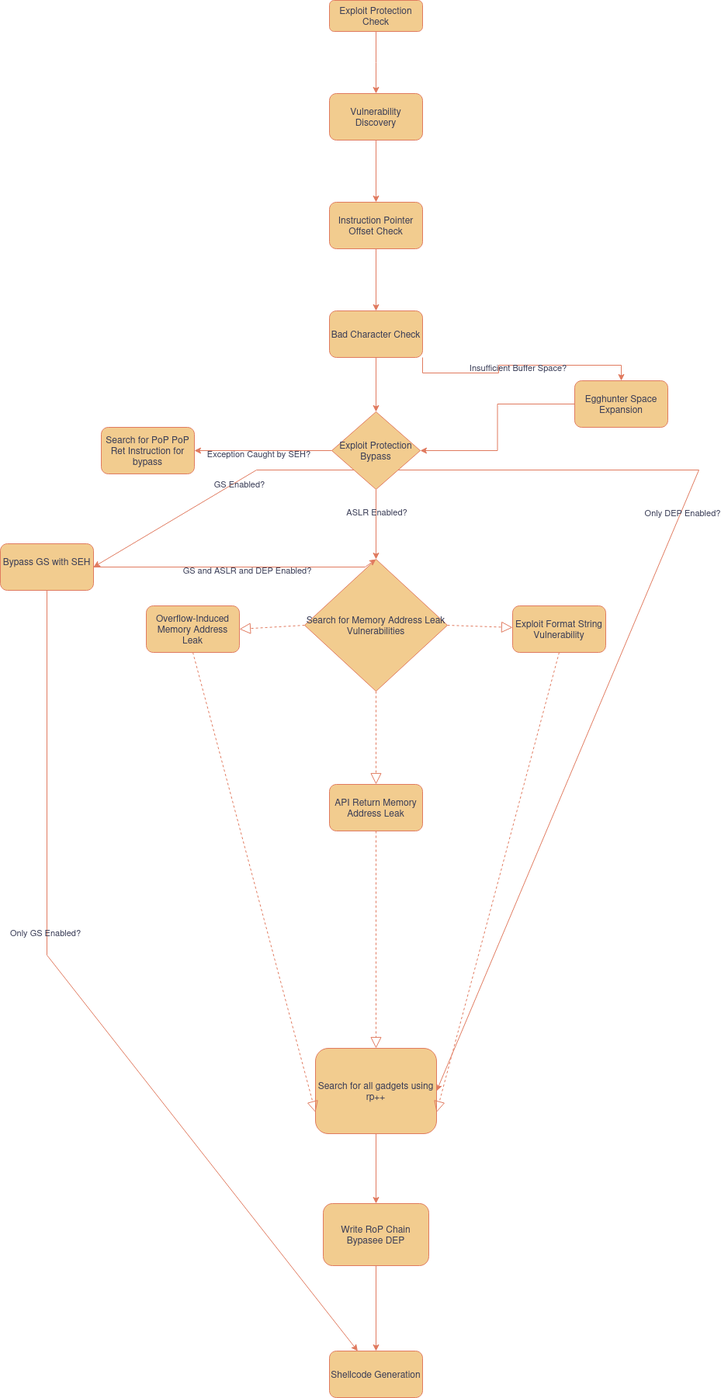
The draw.io diagram Untitled Diagram.drawio.png in tuxsec/Code, before a commit. Source tidied: cells renumbered, new cells last; positions are measured from the earlier drawing's top-left corner, leaving out a move shared by most shapes. Source of this version:
```xml
<mxGraphModel>
  <root>
    <mxCell id="0" />
    <mxCell id="1" parent="0" />
    <mxCell id="2" style="edgeStyle=orthogonalEdgeStyle;rounded=0;jettySize=auto;html=1;fontColor=default;labelBackgroundColor=none;strokeColor=#E07A5F;" parent="1" edge="1" source="3">
      <mxGeometry relative="1" as="geometry">
        <mxPoint x="484" y="120" as="targetPoint" />
      </mxGeometry>
    </mxCell>
    <mxCell id="3" value="Exploit Protection Check" style="rounded=1;whiteSpace=wrap;html=1;fontSize=12;glass=0;strokeWidth=1;shadow=0;fontColor=#393C56;labelBackgroundColor=none;fillColor=#F2CC8F;strokeColor=#E07A5F;" parent="1" vertex="1">
      <mxGeometry x="424" width="120" height="40" as="geometry" />
    </mxCell>
    <mxCell id="4" style="edgeStyle=orthogonalEdgeStyle;rounded=0;jettySize=auto;html=1;fontColor=default;labelBackgroundColor=none;strokeColor=#E07A5F;" parent="1" edge="1" source="5" target="7">
      <mxGeometry relative="1" as="geometry" />
    </mxCell>
    <mxCell id="5" value="Vulnerability Discovery" style="rounded=1;whiteSpace=wrap;html=1;fontColor=#393C56;labelBackgroundColor=none;fillColor=#F2CC8F;strokeColor=#E07A5F;" parent="1" vertex="1">
      <mxGeometry x="424" y="120" width="120" height="60" as="geometry" />
    </mxCell>
    <mxCell id="6" style="edgeStyle=orthogonalEdgeStyle;rounded=0;jettySize=auto;html=1;fontColor=default;labelBackgroundColor=none;strokeColor=#E07A5F;" parent="1" edge="1" source="7" target="9">
      <mxGeometry relative="1" as="geometry" />
    </mxCell>
    <mxCell id="7" value="Instruction Pointer Offset Check" style="rounded=1;whiteSpace=wrap;html=1;fontColor=#393C56;labelBackgroundColor=none;fillColor=#F2CC8F;strokeColor=#E07A5F;" parent="1" vertex="1">
      <mxGeometry x="424" y="260" width="120" height="60" as="geometry" />
    </mxCell>
    <mxCell id="8" style="edgeStyle=orthogonalEdgeStyle;rounded=0;jettySize=auto;html=1;entryX=0.5;entryY=0;entryDx=0;entryDy=0;fontColor=default;labelBackgroundColor=none;strokeColor=#E07A5F;" parent="1" edge="1" source="9" target="16">
      <mxGeometry relative="1" as="geometry" />
    </mxCell>
    <mxCell id="9" value="Bad Character Check" style="whiteSpace=wrap;html=1;rounded=1;fontColor=#393C56;labelBackgroundColor=none;fillColor=#F2CC8F;strokeColor=#E07A5F;" parent="1" vertex="1">
      <mxGeometry x="424" y="400" width="120" height="60" as="geometry" />
    </mxCell>
    <mxCell id="10" style="edgeStyle=orthogonalEdgeStyle;rounded=0;jettySize=auto;html=1;fontColor=default;labelBackgroundColor=none;strokeColor=#E07A5F;" parent="1" edge="1" source="16" target="17">
      <mxGeometry relative="1" as="geometry" />
    </mxCell>
    <mxCell id="11" value="Exception Caught by SEH?" style="edgeLabel;html=1;align=center;verticalAlign=middle;fontColor=#393C56;labelBackgroundColor=none;" parent="10" vertex="1">
      <mxGeometry x="0.07" y="3" relative="1" as="geometry" />
    </mxCell>
    <mxCell id="12" style="edgeStyle=orthogonalEdgeStyle;rounded=0;jettySize=auto;html=1;exitX=1;exitY=1;exitDx=0;exitDy=0;fontColor=default;labelBackgroundColor=none;strokeColor=#E07A5F;" parent="1" edge="1" source="9" target="19">
      <mxGeometry relative="1" as="geometry" />
    </mxCell>
    <mxCell id="13" value="Insufficient Buffer Space?" style="edgeLabel;html=1;align=center;verticalAlign=middle;fontColor=#393C56;labelBackgroundColor=none;" parent="12" vertex="1">
      <mxGeometry x="-0.01" y="-2" relative="1" as="geometry" />
    </mxCell>
    <mxCell id="14" style="edgeStyle=orthogonalEdgeStyle;rounded=0;jettySize=auto;html=1;fontColor=default;labelBackgroundColor=none;strokeColor=#E07A5F;" parent="1" edge="1" source="16" target="20">
      <mxGeometry relative="1" as="geometry" />
    </mxCell>
    <mxCell id="15" value="ASLR Enabled?" style="edgeLabel;html=1;align=center;verticalAlign=middle;fontColor=#393C56;labelBackgroundColor=none;" parent="14" vertex="1">
      <mxGeometry x="-0.38" relative="1" as="geometry" />
    </mxCell>
    <mxCell id="16" value="Exploit Protection Bypass" style="rhombus;whiteSpace=wrap;html=1;fontColor=#393C56;labelBackgroundColor=none;fillColor=#F2CC8F;strokeColor=#E07A5F;" parent="1" vertex="1">
      <mxGeometry x="427" y="530" width="114" height="100" as="geometry" />
    </mxCell>
    <mxCell id="17" value="Search for PoP PoP Ret Instruction for bypass" style="rounded=1;whiteSpace=wrap;html=1;fontColor=#393C56;labelBackgroundColor=none;fillColor=#F2CC8F;strokeColor=#E07A5F;" parent="1" vertex="1">
      <mxGeometry x="130" y="550" width="120" height="60" as="geometry" />
    </mxCell>
    <mxCell id="18" style="edgeStyle=orthogonalEdgeStyle;rounded=0;jettySize=auto;html=1;fontColor=default;labelBackgroundColor=none;strokeColor=#E07A5F;" parent="1" edge="1" source="19" target="16">
      <mxGeometry relative="1" as="geometry" />
    </mxCell>
    <mxCell id="19" value="Egghunter Space Expansion" style="rounded=1;whiteSpace=wrap;html=1;fontColor=#393C56;labelBackgroundColor=none;fillColor=#F2CC8F;strokeColor=#E07A5F;" parent="1" vertex="1">
      <mxGeometry x="740" y="490" width="120" height="60" as="geometry" />
    </mxCell>
    <mxCell id="20" value="Search for Memory Address Leak Vulnerabilities" style="rhombus;whiteSpace=wrap;html=1;fontColor=#393C56;labelBackgroundColor=none;fillColor=#F2CC8F;strokeColor=#E07A5F;" parent="1" vertex="1">
      <mxGeometry x="392" y="720" width="184" height="170" as="geometry" />
    </mxCell>
    <mxCell id="21" value="Exploit Format String Vulnerability" style="rounded=1;whiteSpace=wrap;html=1;fontColor=#393C56;labelBackgroundColor=none;fillColor=#F2CC8F;strokeColor=#E07A5F;" parent="1" vertex="1">
      <mxGeometry x="660" y="780" width="120" height="60" as="geometry" />
    </mxCell>
    <mxCell id="22" style="edgeStyle=orthogonalEdgeStyle;rounded=0;jettySize=auto;html=1;fontColor=default;labelBackgroundColor=none;strokeColor=#E07A5F;" parent="1" edge="1" source="23" target="35">
      <mxGeometry relative="1" as="geometry" />
    </mxCell>
    <mxCell id="23" value="Search for all gadgets using rp++" style="rounded=1;whiteSpace=wrap;html=1;fontColor=#393C56;labelBackgroundColor=none;fillColor=#F2CC8F;strokeColor=#E07A5F;" parent="1" vertex="1">
      <mxGeometry x="406" y="1350" width="156" height="110" as="geometry" />
    </mxCell>
    <mxCell id="24" style="endArrow=block;dashed=1;endFill=0;endSize=12;html=1;rounded=0;exitX=0.5;exitY=1;exitDx=0;exitDy=0;entryX=1;entryY=0.75;entryDx=0;entryDy=0;fontColor=default;labelBackgroundColor=none;strokeColor=#E07A5F;" parent="1" edge="1" source="21" target="23">
      <mxGeometry relative="1" as="geometry" />
    </mxCell>
    <mxCell id="25" value="API Return Memory Address Leak" style="rounded=1;whiteSpace=wrap;html=1;fontColor=#393C56;labelBackgroundColor=none;fillColor=#F2CC8F;strokeColor=#E07A5F;" parent="1" vertex="1">
      <mxGeometry x="424" y="1010" width="120" height="60" as="geometry" />
    </mxCell>
    <mxCell id="26" style="endArrow=block;dashed=1;endFill=0;endSize=12;html=1;rounded=0;exitX=0.5;exitY=1;exitDx=0;exitDy=0;fontColor=default;labelBackgroundColor=none;strokeColor=#E07A5F;" parent="1" edge="1" source="25" target="23">
      <mxGeometry relative="1" as="geometry" />
    </mxCell>
    <mxCell id="27" value="Overflow-Induced Memory Address Leak" style="rounded=1;whiteSpace=wrap;html=1;fontColor=#393C56;labelBackgroundColor=none;fillColor=#F2CC8F;strokeColor=#E07A5F;" parent="1" vertex="1">
      <mxGeometry x="188" y="780" width="120" height="60" as="geometry" />
    </mxCell>
    <mxCell id="28" style="endArrow=block;dashed=1;endFill=0;endSize=12;html=1;rounded=0;exitX=0.5;exitY=1;exitDx=0;exitDy=0;entryX=0;entryY=0.75;entryDx=0;entryDy=0;fontColor=default;labelBackgroundColor=none;strokeColor=#E07A5F;" parent="1" edge="1" source="27" target="23">
      <mxGeometry relative="1" as="geometry" />
    </mxCell>
    <mxCell id="29" style="endArrow=block;dashed=1;endFill=0;endSize=12;html=1;rounded=0;exitX=0.5;exitY=1;exitDx=0;exitDy=0;entryX=0.5;entryY=0;entryDx=0;entryDy=0;fontColor=default;labelBackgroundColor=none;strokeColor=#E07A5F;" parent="1" edge="1" source="20" target="25">
      <mxGeometry relative="1" as="geometry" />
    </mxCell>
    <mxCell id="30" style="endArrow=block;dashed=1;endFill=0;endSize=12;html=1;rounded=0;exitX=0;exitY=0.5;exitDx=0;exitDy=0;entryX=1;entryY=0.5;entryDx=0;entryDy=0;fontColor=default;labelBackgroundColor=none;strokeColor=#E07A5F;" parent="1" edge="1" source="20" target="27">
      <mxGeometry relative="1" as="geometry" />
    </mxCell>
    <mxCell id="31" style="endArrow=block;dashed=1;endFill=0;endSize=12;html=1;rounded=0;exitX=1;exitY=0.5;exitDx=0;exitDy=0;fontColor=default;labelBackgroundColor=none;strokeColor=#E07A5F;" parent="1" edge="1" source="20" target="21">
      <mxGeometry relative="1" as="geometry" />
    </mxCell>
    <mxCell id="32" style="endArrow=classic;html=1;rounded=0;exitX=1;exitY=1;exitDx=0;exitDy=0;entryX=1;entryY=0.5;entryDx=0;entryDy=0;fontColor=default;labelBackgroundColor=none;strokeColor=#E07A5F;" parent="1" edge="1" source="16" target="23">
      <mxGeometry relative="1" as="geometry">
        <Array as="points">
          <mxPoint x="900" y="605" />
        </Array>
      </mxGeometry>
    </mxCell>
    <mxCell id="33" value="Only DEP Enabled?" style="edgeLabel;html=1;align=center;verticalAlign=middle;fontColor=#393C56;labelBackgroundColor=none;" parent="32" vertex="1">
      <mxGeometry x="-0.29" y="2" relative="1" as="geometry">
        <mxPoint x="-1" as="offset" />
      </mxGeometry>
    </mxCell>
    <mxCell id="34" style="edgeStyle=orthogonalEdgeStyle;rounded=0;jettySize=auto;html=1;exitX=0.5;exitY=1;exitDx=0;exitDy=0;fontColor=default;labelBackgroundColor=none;strokeColor=#E07A5F;" parent="1" edge="1" source="35" target="36">
      <mxGeometry relative="1" as="geometry" />
    </mxCell>
    <mxCell id="35" value="Write RoP Chain Bypasee DEP" style="rounded=1;whiteSpace=wrap;html=1;fontColor=#393C56;labelBackgroundColor=none;fillColor=#F2CC8F;strokeColor=#E07A5F;" parent="1" vertex="1">
      <mxGeometry x="416" y="1550" width="136" height="80" as="geometry" />
    </mxCell>
    <mxCell id="36" value="Shellcode Generation" style="rounded=1;whiteSpace=wrap;html=1;fontColor=#393C56;labelBackgroundColor=none;fillColor=#F2CC8F;strokeColor=#E07A5F;" parent="1" vertex="1">
      <mxGeometry x="424" y="1740" width="120" height="60" as="geometry" />
    </mxCell>
    <mxCell id="37" style="endArrow=classic;html=1;rounded=0;exitX=0;exitY=1;exitDx=0;exitDy=0;entryX=1;entryY=0.5;entryDx=0;entryDy=0;fontColor=default;labelBackgroundColor=none;strokeColor=#E07A5F;" parent="1" edge="1" source="16" target="39">
      <mxGeometry relative="1" as="geometry">
        <Array as="points">
          <mxPoint x="330" y="605" />
        </Array>
      </mxGeometry>
    </mxCell>
    <mxCell id="38" value="GS Enabled?" style="edgeLabel;html=1;align=center;verticalAlign=middle;fontColor=#393C56;labelBackgroundColor=none;" parent="37" vertex="1">
      <mxGeometry x="-0.17" y="3" relative="1" as="geometry" />
    </mxCell>
    <mxCell id="39" value="&lt;div class=&quot;flex flex-grow flex-col max-w-full&quot;&gt;&lt;div class=&quot;min-h-[20px] text-message flex flex-col items-start whitespace-pre-wrap break-words [.text-message+&amp;amp;]:mt-5 juice:w-full juice:items-end overflow-x-auto gap-2&quot; dir=&quot;auto&quot;&gt;&lt;div class=&quot;flex w-full flex-col gap-1 juice:empty:hidden juice:first:pt-[3px]&quot;&gt;&lt;div class=&quot;markdown prose w-full break-words dark:prose-invert dark&quot;&gt;&lt;p&gt;Bypass GS with SEH&lt;/p&gt;&lt;/div&gt;&lt;/div&gt;&lt;/div&gt;&lt;/div&gt;&lt;div class=&quot;mt-1 flex gap-3 empty:hidden juice:-ml-3&quot;&gt;&lt;div class=&quot;items-center justify-start rounded-xl p-1 flex&quot;&gt;&lt;div class=&quot;flex items-center&quot;&gt;&lt;span class=&quot;&quot;&gt;&lt;/span&gt;&lt;/div&gt;&lt;/div&gt;&lt;/div&gt;&lt;span class=&quot;&quot;&gt;&lt;/span&gt;&lt;div class=&quot;flex&quot;&gt;&lt;span class=&quot;&quot;&gt;&lt;br&gt;&lt;/span&gt;&lt;/div&gt;" style="rounded=1;whiteSpace=wrap;html=1;labelBackgroundColor=none;fillColor=#F2CC8F;strokeColor=#E07A5F;fontColor=#393C56;" parent="1" vertex="1">
      <mxGeometry y="700" width="120" height="60" as="geometry" />
    </mxCell>
    <mxCell id="40" style="endArrow=classic;html=1;rounded=0;exitX=0.5;exitY=1;exitDx=0;exitDy=0;labelBackgroundColor=none;strokeColor=#E07A5F;fontColor=default;" parent="1" edge="1" source="39" target="36">
      <mxGeometry relative="1" as="geometry">
        <Array as="points">
          <mxPoint x="60" y="1230" />
        </Array>
      </mxGeometry>
    </mxCell>
    <mxCell id="41" value="Only GS Enabled?" style="edgeLabel;html=1;align=center;verticalAlign=middle;labelBackgroundColor=none;fontColor=#393C56;" parent="40" vertex="1">
      <mxGeometry x="-0.21" y="-3" relative="1" as="geometry" />
    </mxCell>
    <mxCell id="42" style="endArrow=classic;html=1;rounded=0;exitX=1;exitY=0.5;exitDx=0;exitDy=0;entryX=0.5;entryY=0;entryDx=0;entryDy=0;fontColor=default;labelBackgroundColor=none;strokeColor=#E07A5F;" parent="1" edge="1" source="39" target="20">
      <mxGeometry relative="1" as="geometry">
        <Array as="points">
          <mxPoint x="470" y="730" />
        </Array>
      </mxGeometry>
    </mxCell>
    <mxCell id="43" value="GS and ASLR and DEP Enabled?" style="edgeLabel;html=1;align=center;verticalAlign=middle;fontColor=#393C56;labelBackgroundColor=none;" parent="42" vertex="1">
      <mxGeometry x="0.07" y="-3" relative="1" as="geometry" />
    </mxCell>
  </root>
</mxGraphModel>
```
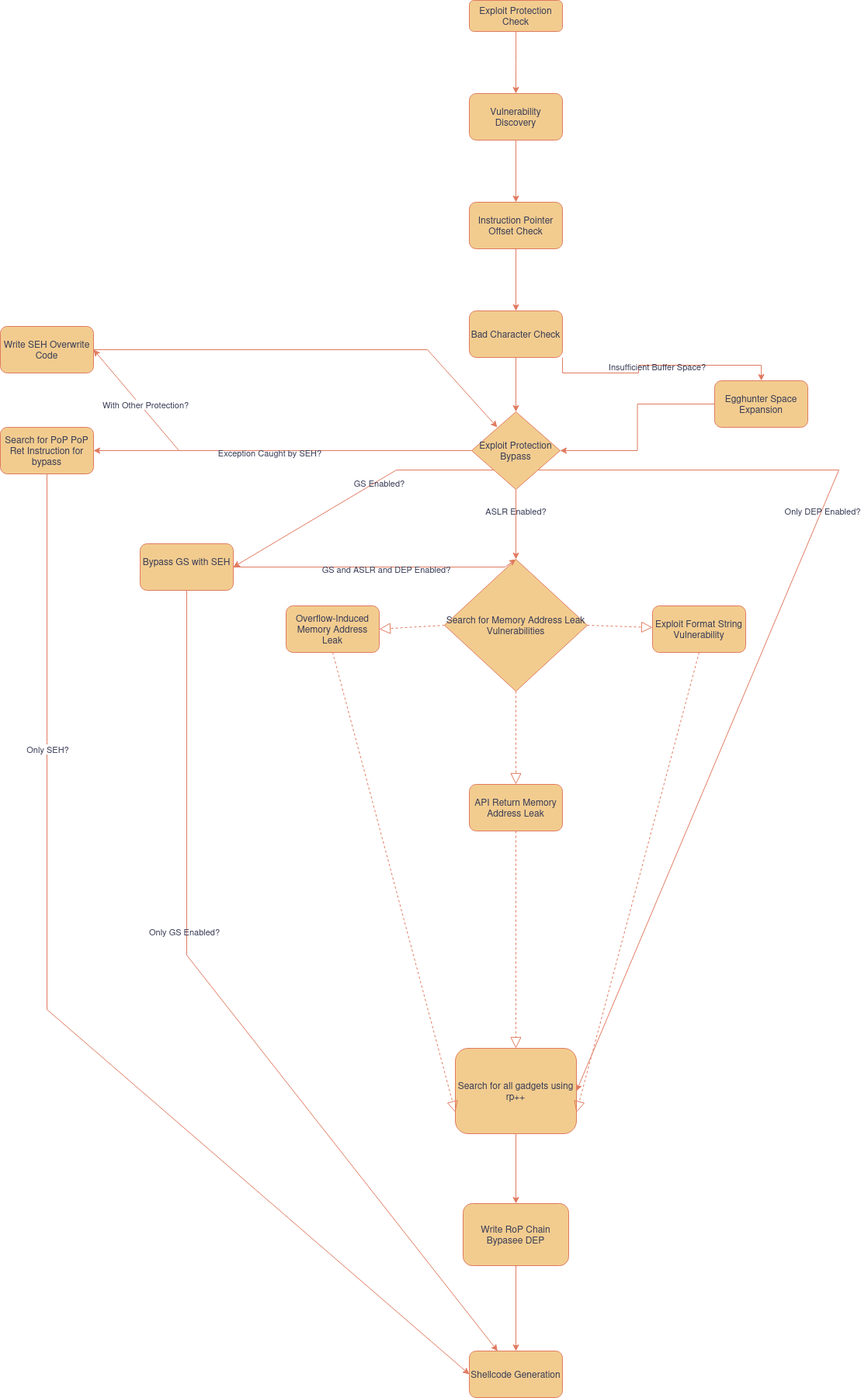
After the commit.

Diff of the diagram source:
```diff
@@ -50,7 +50,7 @@
       <mxGeometry x="427" y="530" width="114" height="100" as="geometry" />
     </mxCell>
     <mxCell id="17" value="Search for PoP PoP Ret Instruction for bypass" style="rounded=1;whiteSpace=wrap;html=1;fontColor=#393C56;labelBackgroundColor=none;fillColor=#F2CC8F;strokeColor=#E07A5F;" parent="1" vertex="1">
-      <mxGeometry x="130" y="550" width="120" height="60" as="geometry" />
+      <mxGeometry x="-180" y="550" width="120" height="60" as="geometry" />
     </mxCell>
     <mxCell id="18" style="edgeStyle=orthogonalEdgeStyle;rounded=0;jettySize=auto;html=1;fontColor=default;labelBackgroundColor=none;strokeColor=#E07A5F;" parent="1" edge="1" source="19" target="16">
       <mxGeometry relative="1" as="geometry" />
@@ -148,5 +148,36 @@
     <mxCell id="43" value="GS and ASLR and DEP Enabled?" style="edgeLabel;html=1;align=center;verticalAlign=middle;fontColor=#393C56;labelBackgroundColor=none;" parent="42" vertex="1">
       <mxGeometry x="0.07" y="-3" relative="1" as="geometry" />
     </mxCell>
+    <mxCell id="44" style="endArrow=classic;html=1;rounded=0;strokeColor=#E07A5F;fontColor=#393C56;fillColor=#F2CC8F;exitX=0.5;exitY=1;exitDx=0;exitDy=0;entryX=0;entryY=0.5;entryDx=0;entryDy=0;" parent="1" edge="1" source="17" target="36">
+      <mxGeometry relative="1" as="geometry">
+        <Array as="points">
+          <mxPoint x="-120" y="1300" />
+        </Array>
+      </mxGeometry>
+    </mxCell>
+    <mxCell id="45" value="Only SEH?" style="edgeLabel;html=1;align=center;verticalAlign=middle;strokeColor=#E07A5F;fontColor=#393C56;fillColor=#F2CC8F;" parent="44" vertex="1">
+      <mxGeometry x="-0.5" y="1" relative="1" as="geometry" />
+    </mxCell>
+    <mxCell id="46" value="Write SEH Overwrite Code" style="rounded=1;whiteSpace=wrap;html=1;strokeColor=#E07A5F;fontColor=#393C56;fillColor=#F2CC8F;" parent="1" vertex="1">
+      <mxGeometry x="-180" y="420" width="120" height="60" as="geometry" />
+    </mxCell>
+    <mxCell id="47" style="endArrow=classic;html=1;rounded=0;strokeColor=#E07A5F;fontColor=#393C56;fillColor=#F2CC8F;entryX=1;entryY=0.5;entryDx=0;entryDy=0;" parent="1" edge="1" target="46">
+      <mxGeometry relative="1" as="geometry">
+        <mxPoint x="50" y="580" as="sourcePoint" />
+      </mxGeometry>
+    </mxCell>
+    <mxCell id="48" value="With Other Protection?" style="edgeLabel;html=1;align=center;verticalAlign=middle;strokeColor=#E07A5F;fontColor=#393C56;fillColor=#F2CC8F;" parent="47" vertex="1">
+      <mxGeometry x="-0.13" y="-6" relative="1" as="geometry">
+        <mxPoint y="1" as="offset" />
+      </mxGeometry>
+    </mxCell>
+    <mxCell id="49" style="endArrow=classic;html=1;rounded=0;strokeColor=#E07A5F;fontColor=#393C56;fillColor=#F2CC8F;exitX=1;exitY=0.5;exitDx=0;exitDy=0;" parent="1" edge="1" source="46">
+      <mxGeometry relative="1" as="geometry">
+        <mxPoint x="460" y="550" as="targetPoint" />
+        <Array as="points">
+          <mxPoint x="370" y="450" />
+        </Array>
+      </mxGeometry>
+    </mxCell>
   </root>
 </mxGraphModel>
```
